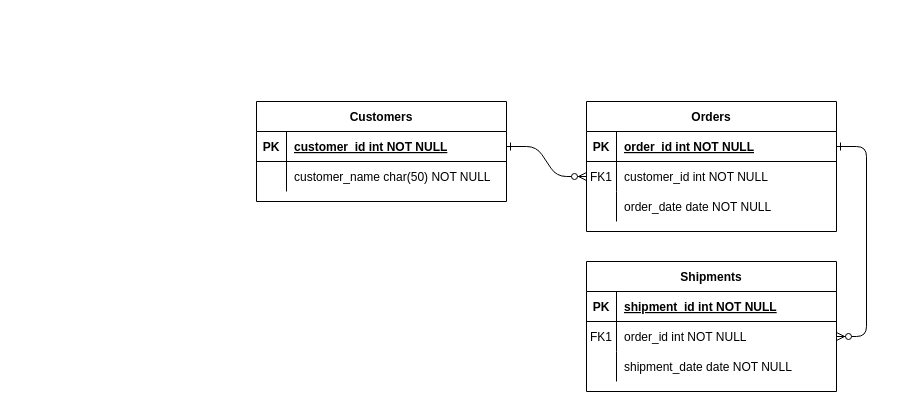
Before: Untitled Diagram.drawio in e-juhee/makeaplanWeb, a draw.io diagram. Source tidied: cells renumbered, new cells numbered last; positions are measured from the earlier drawing's top-left corner, leaving out a move shared by most shapes. Both pictures are drawn from the tidied source at 100%, with x=0, y=0 at pixel (256, 101).
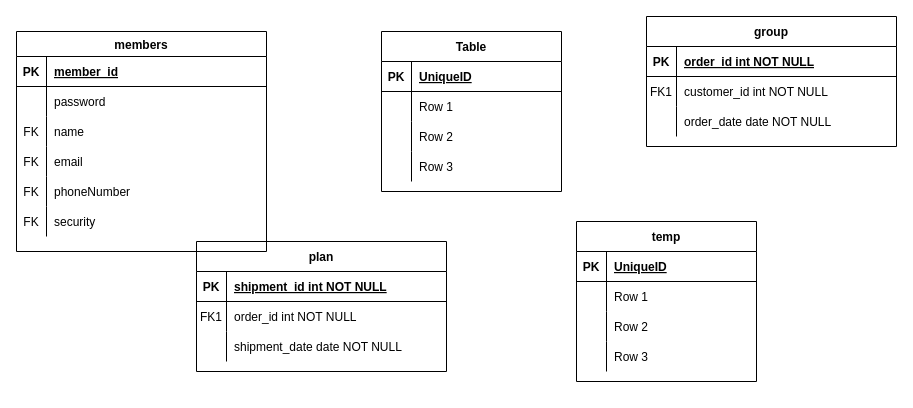
After the change.

Unchanged cells that the change refers to:
```xml
<mxCell id="5" style="shape=partialRectangle;fillColor=none;points=[[0,0.5],[1,0.5]];portConstraint=eastwest;top=0;left=0;right=0;bottom=1;" parent="4" vertex="1">
  <mxGeometry y="30" width="250" height="30" as="geometry" />
</mxCell>
<mxCell id="8" style="shape=partialRectangle;fillColor=none;points=[[0,0.5],[1,0.5]];portConstraint=eastwest;top=0;left=0;right=0;bottom=0;" parent="4" vertex="1">
  <mxGeometry y="60" width="250" height="30" as="geometry" />
</mxCell>
<mxCell id="18" style="shape=partialRectangle;fillColor=none;points=[[0,0.5],[1,0.5]];portConstraint=eastwest;top=0;left=0;right=0;bottom=0;" parent="14" vertex="1">
  <mxGeometry y="60" width="250" height="30" as="geometry" />
</mxCell>
```

Diff of the diagram source:
```diff
@@
-    <mxCell id="2" style="edgeStyle=entityRelationEdgeStyle;endArrow=ERzeroToMany;startArrow=ERone;endFill=1;startFill=0;" parent="1" edge="1" source="25" target="8">
-      <mxGeometry relative="1" as="geometry" />
-    </mxCell>
-    <mxCell id="3" style="edgeStyle=entityRelationEdgeStyle;endArrow=ERzeroToMany;startArrow=ERone;endFill=1;startFill=0;" parent="1" edge="1" source="5" target="18">
-      <mxGeometry relative="1" as="geometry" />
-    </mxCell>
-    <mxCell id="4" value="Orders" style="shape=table;startSize=30;childLayout=tableLayout;rowLines=0;fontStyle=1;align=center;" parent="1" vertex="1">
-      <mxGeometry x="330" width="250" height="130" as="geometry" />
+    <mxCell id="4" value="group" style="shape=table;startSize=30;childLayout=tableLayout;rowLines=0;fontStyle=1;align=center;" parent="1" vertex="1">
+      <mxGeometry x="390" y="-85" width="250" height="130" as="geometry" />
     </mxCell>
@@
-    <mxCell id="14" value="Shipments" style="shape=table;startSize=30;childLayout=tableLayout;rowLines=0;fontStyle=1;align=center;" parent="1" vertex="1">
-      <mxGeometry x="330" y="160" width="250" height="130" as="geometry" />
+    <mxCell id="14" value="plan" style="shape=table;startSize=30;childLayout=tableLayout;rowLines=0;fontStyle=1;align=center;" parent="1" vertex="1">
+      <mxGeometry x="-60" y="140" width="250" height="130" as="geometry" />
     </mxCell>
@@
-    <mxCell id="24" value="Customers" style="shape=table;startSize=30;childLayout=tableLayout;rowLines=0;fontStyle=1;align=center;" parent="1" vertex="1">
-      <mxGeometry width="250" height="100" as="geometry" />
+    <mxCell id="24" value="members" style="shape=table;startSize=25;childLayout=tableLayout;rowLines=0;fontStyle=1;align=center;" parent="1" vertex="1">
+      <mxGeometry x="-240" y="-70" width="250" height="220" as="geometry" />
     </mxCell>
     <mxCell id="25" style="shape=partialRectangle;fillColor=none;points=[[0,0.5],[1,0.5]];portConstraint=eastwest;top=0;left=0;right=0;bottom=1;" parent="24" vertex="1">
-      <mxGeometry y="30" width="250" height="30" as="geometry" />
+      <mxGeometry y="25" width="250" height="30" as="geometry" />
     </mxCell>
@@
-    <mxCell id="27" value="customer_id int NOT NULL " style="shape=partialRectangle;overflow=hidden;fillColor=none;top=0;left=0;bottom=0;right=0;align=left;spacingLeft=6;fontStyle=5;" parent="25" vertex="1">
+    <mxCell id="27" value="member_id" style="shape=partialRectangle;overflow=hidden;fillColor=none;top=0;left=0;bottom=0;right=0;align=left;spacingLeft=6;fontStyle=5;" parent="25" vertex="1">
       <mxGeometry x="30" width="220" height="30" as="geometry" />
     </mxCell>
     <mxCell id="28" style="shape=partialRectangle;fillColor=none;top=0;left=0;right=0;bottom=0;" parent="24" vertex="1">
-      <mxGeometry y="60" width="250" height="30" as="geometry" />
+      <mxGeometry y="55" width="250" height="30" as="geometry" />
     </mxCell>
@@
-    <mxCell id="30" value="customer_name char(50) NOT NULL" style="shape=partialRectangle;overflow=hidden;fillColor=none;top=0;left=0;bottom=0;right=0;align=left;spacingLeft=6;" parent="28" vertex="1">
+    <mxCell id="30" value="password" style="shape=partialRectangle;overflow=hidden;fillColor=none;top=0;left=0;bottom=0;right=0;align=left;spacingLeft=6;" parent="28" vertex="1">
       <mxGeometry x="30" width="220" height="30" as="geometry" />
     </mxCell>
+    <mxCell id="31" style="shape=partialRectangle;fillColor=none;top=0;left=0;bottom=0;right=0;" parent="24" vertex="1">
+      <mxGeometry y="85" width="250" height="30" as="geometry" />
+    </mxCell>
+    <mxCell id="32" value="FK" style="shape=partialRectangle;fillColor=none;top=0;left=0;bottom=0;right=0;fontStyle=0;overflow=hidden;" parent="31" vertex="1">
+      <mxGeometry width="30" height="30" as="geometry" />
+    </mxCell>
+    <mxCell id="33" value="name" style="shape=partialRectangle;fillColor=none;top=0;left=0;bottom=0;right=0;align=left;spacingLeft=6;fontStyle=0;overflow=hidden;" parent="31" vertex="1">
+      <mxGeometry x="30" width="220" height="30" as="geometry" />
+    </mxCell>
+    <mxCell id="34" style="shape=partialRectangle;fillColor=none;top=0;left=0;bottom=0;right=0;" parent="24" vertex="1">
+      <mxGeometry y="115" width="250" height="30" as="geometry" />
+    </mxCell>
+    <mxCell id="35" value="FK" style="shape=partialRectangle;fillColor=none;top=0;left=0;bottom=0;right=0;fontStyle=0;overflow=hidden;" parent="34" vertex="1">
+      <mxGeometry width="30" height="30" as="geometry" />
+    </mxCell>
+    <mxCell id="36" value="email" style="shape=partialRectangle;fillColor=none;top=0;left=0;bottom=0;right=0;align=left;spacingLeft=6;fontStyle=0;overflow=hidden;" parent="34" vertex="1">
+      <mxGeometry x="30" width="220" height="30" as="geometry" />
+    </mxCell>
+    <mxCell id="37" style="shape=partialRectangle;fillColor=none;top=0;left=0;bottom=0;right=0;" parent="24" vertex="1">
+      <mxGeometry y="145" width="250" height="30" as="geometry" />
+    </mxCell>
+    <mxCell id="38" value="FK" style="shape=partialRectangle;fillColor=none;top=0;left=0;bottom=0;right=0;fontStyle=0;overflow=hidden;" parent="37" vertex="1">
+      <mxGeometry width="30" height="30" as="geometry" />
+    </mxCell>
+    <mxCell id="39" value="phoneNumber" style="shape=partialRectangle;fillColor=none;top=0;left=0;bottom=0;right=0;align=left;spacingLeft=6;fontStyle=0;overflow=hidden;" parent="37" vertex="1">
+      <mxGeometry x="30" width="220" height="30" as="geometry" />
+    </mxCell>
+    <mxCell id="40" style="shape=partialRectangle;fillColor=none;top=0;left=0;bottom=0;right=0;" parent="24" vertex="1">
+      <mxGeometry y="175" width="250" height="30" as="geometry" />
+    </mxCell>
+    <mxCell id="41" value="FK" style="shape=partialRectangle;fillColor=none;top=0;left=0;bottom=0;right=0;fontStyle=0;overflow=hidden;" parent="40" vertex="1">
+      <mxGeometry width="30" height="30" as="geometry" />
+    </mxCell>
+    <mxCell id="42" value="security" style="shape=partialRectangle;fillColor=none;top=0;left=0;bottom=0;right=0;align=left;spacingLeft=6;fontStyle=0;overflow=hidden;" parent="40" vertex="1">
+      <mxGeometry x="30" width="220" height="30" as="geometry" />
+    </mxCell>
+    <mxCell id="43" value="temp" style="shape=table;startSize=30;childLayout=tableLayout;rowLines=0;fontStyle=1;align=center;" parent="1" vertex="1">
+      <mxGeometry x="320" y="120" width="180" height="160" as="geometry" />
+    </mxCell>
+    <mxCell id="44" style="shape=partialRectangle;fillColor=none;top=0;left=0;bottom=1;right=0;" parent="43" vertex="1">
+      <mxGeometry y="30" width="180" height="30" as="geometry" />
+    </mxCell>
+    <mxCell id="45" value="PK" style="shape=partialRectangle;fillColor=none;top=0;left=0;bottom=0;right=0;fontStyle=1;overflow=hidden;" parent="44" vertex="1">
+      <mxGeometry width="30" height="30" as="geometry" />
+    </mxCell>
+    <mxCell id="46" value="UniqueID" style="shape=partialRectangle;fillColor=none;top=0;left=0;bottom=0;right=0;align=left;spacingLeft=6;fontStyle=5;overflow=hidden;" parent="44" vertex="1">
+      <mxGeometry x="30" width="150" height="30" as="geometry" />
+    </mxCell>
+    <mxCell id="47" style="shape=partialRectangle;fillColor=none;top=0;left=0;bottom=0;right=0;" parent="43" vertex="1">
+      <mxGeometry y="60" width="180" height="30" as="geometry" />
+    </mxCell>
+    <mxCell id="48" style="shape=partialRectangle;fillColor=none;top=0;left=0;bottom=0;right=0;overflow=hidden;" parent="47" vertex="1">
+      <mxGeometry width="30" height="30" as="geometry" />
+    </mxCell>
+    <mxCell id="49" value="Row 1" style="shape=partialRectangle;fillColor=none;top=0;left=0;bottom=0;right=0;align=left;spacingLeft=6;overflow=hidden;" parent="47" vertex="1">
+      <mxGeometry x="30" width="150" height="30" as="geometry" />
+    </mxCell>
+    <mxCell id="50" style="shape=partialRectangle;fillColor=none;top=0;left=0;bottom=0;right=0;" parent="43" vertex="1">
+      <mxGeometry y="90" width="180" height="30" as="geometry" />
+    </mxCell>
+    <mxCell id="51" style="shape=partialRectangle;fillColor=none;top=0;left=0;bottom=0;right=0;overflow=hidden;" parent="50" vertex="1">
+      <mxGeometry width="30" height="30" as="geometry" />
+    </mxCell>
+    <mxCell id="52" value="Row 2" style="shape=partialRectangle;fillColor=none;top=0;left=0;bottom=0;right=0;align=left;spacingLeft=6;overflow=hidden;" parent="50" vertex="1">
+      <mxGeometry x="30" width="150" height="30" as="geometry" />
+    </mxCell>
+    <mxCell id="53" style="shape=partialRectangle;fillColor=none;top=0;left=0;bottom=0;right=0;" parent="43" vertex="1">
+      <mxGeometry y="120" width="180" height="30" as="geometry" />
+    </mxCell>
+    <mxCell id="54" style="shape=partialRectangle;fillColor=none;top=0;left=0;bottom=0;right=0;overflow=hidden;" parent="53" vertex="1">
+      <mxGeometry width="30" height="30" as="geometry" />
+    </mxCell>
+    <mxCell id="55" value="Row 3" style="shape=partialRectangle;fillColor=none;top=0;left=0;bottom=0;right=0;align=left;spacingLeft=6;overflow=hidden;" parent="53" vertex="1">
+      <mxGeometry x="30" width="150" height="30" as="geometry" />
+    </mxCell>
+    <mxCell id="56" value="Table" style="shape=table;startSize=30;childLayout=tableLayout;rowLines=0;fontStyle=1;align=center;" parent="1" vertex="1">
+      <mxGeometry x="125" y="-70" width="180" height="160" as="geometry" />
+    </mxCell>
+    <mxCell id="57" style="shape=partialRectangle;fillColor=none;top=0;left=0;bottom=1;right=0;" parent="56" vertex="1">
+      <mxGeometry y="30" width="180" height="30" as="geometry" />
+    </mxCell>
+    <mxCell id="58" value="PK" style="shape=partialRectangle;fillColor=none;top=0;left=0;bottom=0;right=0;fontStyle=1;overflow=hidden;" parent="57" vertex="1">
+      <mxGeometry width="30" height="30" as="geometry" />
+    </mxCell>
+    <mxCell id="59" value="UniqueID" style="shape=partialRectangle;fillColor=none;top=0;left=0;bottom=0;right=0;align=left;spacingLeft=6;fontStyle=5;overflow=hidden;" parent="57" vertex="1">
+      <mxGeometry x="30" width="150" height="30" as="geometry" />
+    </mxCell>
+    <mxCell id="60" style="shape=partialRectangle;fillColor=none;top=0;left=0;bottom=0;right=0;" parent="56" vertex="1">
+      <mxGeometry y="60" width="180" height="30" as="geometry" />
+    </mxCell>
+    <mxCell id="61" style="shape=partialRectangle;fillColor=none;top=0;left=0;bottom=0;right=0;overflow=hidden;" parent="60" vertex="1">
+      <mxGeometry width="30" height="30" as="geometry" />
+    </mxCell>
+    <mxCell id="62" value="Row 1" style="shape=partialRectangle;fillColor=none;top=0;left=0;bottom=0;right=0;align=left;spacingLeft=6;overflow=hidden;" parent="60" vertex="1">
+      <mxGeometry x="30" width="150" height="30" as="geometry" />
+    </mxCell>
+    <mxCell id="63" style="shape=partialRectangle;fillColor=none;top=0;left=0;bottom=0;right=0;" parent="56" vertex="1">
+      <mxGeometry y="90" width="180" height="30" as="geometry" />
+    </mxCell>
+    <mxCell id="64" style="shape=partialRectangle;fillColor=none;top=0;left=0;bottom=0;right=0;overflow=hidden;" parent="63" vertex="1">
+      <mxGeometry width="30" height="30" as="geometry" />
+    </mxCell>
+    <mxCell id="65" value="Row 2" style="shape=partialRectangle;fillColor=none;top=0;left=0;bottom=0;right=0;align=left;spacingLeft=6;overflow=hidden;" parent="63" vertex="1">
+      <mxGeometry x="30" width="150" height="30" as="geometry" />
+    </mxCell>
+    <mxCell id="66" style="shape=partialRectangle;fillColor=none;top=0;left=0;bottom=0;right=0;" parent="56" vertex="1">
+      <mxGeometry y="120" width="180" height="30" as="geometry" />
+    </mxCell>
+    <mxCell id="67" style="shape=partialRectangle;fillColor=none;top=0;left=0;bottom=0;right=0;overflow=hidden;" parent="66" vertex="1">
+      <mxGeometry width="30" height="30" as="geometry" />
+    </mxCell>
+    <mxCell id="68" value="Row 3" style="shape=partialRectangle;fillColor=none;top=0;left=0;bottom=0;right=0;align=left;spacingLeft=6;overflow=hidden;" parent="66" vertex="1">
+      <mxGeometry x="30" width="150" height="30" as="geometry" />
+    </mxCell>
```
